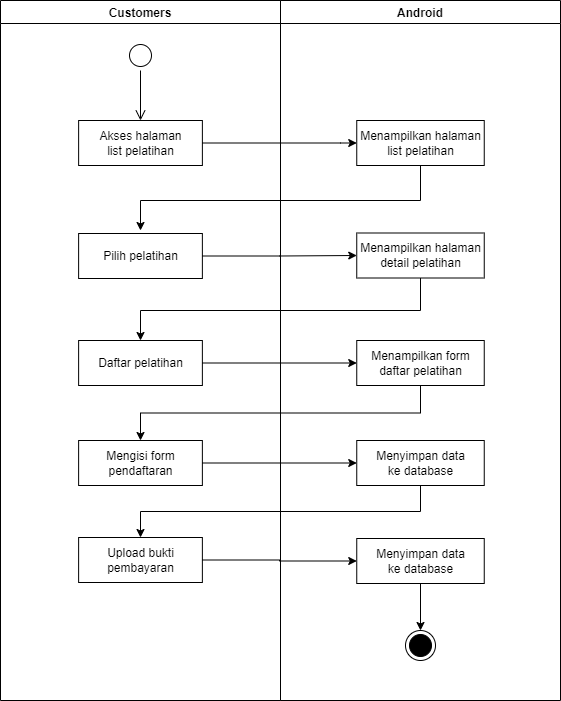
Earlier version of the draw.io export Diagram/activity_diagram/user/user daftar pelatihan.drawio.png (secondline16/ptsuryasafetynusantara). Source tidied: cells renumbered, new cells last; positions are measured from the earlier drawing's top-left corner, leaving out a move shared by most shapes. Its diagram source:
```xml
<mxGraphModel>
  <root>
    <mxCell id="0" />
    <mxCell id="1" parent="0" />
    <mxCell id="2" value="Android" style="swimlane;fillColor=none;" parent="1" vertex="1">
      <mxGeometry x="280" width="280" height="700" as="geometry" />
    </mxCell>
    <mxCell id="3" value="Menampilkan halaman&lt;br&gt;list pelatihan" style="html=1;strokeColor=#000000;fillColor=default;" parent="2" vertex="1">
      <mxGeometry x="76.2" y="120" width="127.5" height="45" as="geometry" />
    </mxCell>
    <mxCell id="4" style="ellipse;html=1;shape=endState;fillColor=#000000;strokeColor=#000000;" parent="2" vertex="1">
      <mxGeometry x="125" y="630" width="30" height="30" as="geometry" />
    </mxCell>
    <mxCell id="5" value="Menampilkan halaman&lt;br&gt;detail pelatihan" style="html=1;strokeColor=#000000;fillColor=default;" parent="2" vertex="1">
      <mxGeometry x="76.2" y="232.5" width="127.5" height="45" as="geometry" />
    </mxCell>
    <mxCell id="6" value="Menampilkan form&lt;br&gt;daftar pelatihan" style="html=1;strokeColor=#000000;fillColor=default;" parent="2" vertex="1">
      <mxGeometry x="76.2" y="340" width="127.5" height="45" as="geometry" />
    </mxCell>
    <mxCell id="7" value="Menyimpan data&lt;br&gt;ke database" style="html=1;strokeColor=#000000;fillColor=default;" parent="2" vertex="1">
      <mxGeometry x="76.2" y="440" width="127.5" height="45" as="geometry" />
    </mxCell>
    <mxCell id="8" style="edgeStyle=orthogonalEdgeStyle;rounded=0;jettySize=auto;html=1;exitX=0.5;exitY=1;exitDx=0;exitDy=0;entryX=0.5;entryY=0;entryDx=0;entryDy=0;" parent="2" edge="1" source="9" target="4">
      <mxGeometry relative="1" as="geometry" />
    </mxCell>
    <mxCell id="9" value="Menyimpan data&lt;br&gt;ke database" style="html=1;strokeColor=#000000;fillColor=default;" parent="2" vertex="1">
      <mxGeometry x="76.2" y="538" width="127.5" height="45" as="geometry" />
    </mxCell>
    <mxCell id="10" value="Customers" style="swimlane;fillColor=none;startSize=23;" parent="1" vertex="1">
      <mxGeometry width="280" height="700" as="geometry" />
    </mxCell>
    <mxCell id="11" style="ellipse;html=1;shape=startState;fillColor=default;strokeColor=#000000;" parent="10" vertex="1">
      <mxGeometry x="125" y="40" width="30" height="30" as="geometry" />
    </mxCell>
    <mxCell id="12" style="edgeStyle=orthogonalEdgeStyle;html=1;verticalAlign=bottom;endArrow=open;endSize=8;strokeColor=#000000;rounded=0;" parent="10" edge="1" source="11">
      <mxGeometry relative="1" as="geometry">
        <mxPoint x="140" y="120" as="targetPoint" />
      </mxGeometry>
    </mxCell>
    <mxCell id="13" value="Akses halaman&lt;br&gt;list pelatihan" style="html=1;strokeColor=#000000;fillColor=default;" parent="10" vertex="1">
      <mxGeometry x="78.1" y="120" width="123.8" height="45" as="geometry" />
    </mxCell>
    <mxCell id="14" value="Daftar pelatihan" style="html=1;strokeColor=#000000;fillColor=default;" parent="10" vertex="1">
      <mxGeometry x="78.1" y="340" width="123.8" height="45" as="geometry" />
    </mxCell>
    <mxCell id="15" value="Upload bukti&lt;br&gt;pembayaran" style="html=1;strokeColor=#000000;fillColor=default;" parent="10" vertex="1">
      <mxGeometry x="78.1" y="537" width="123.8" height="45" as="geometry" />
    </mxCell>
    <mxCell id="16" value="Pilih pelatihan" style="html=1;strokeColor=#000000;fillColor=default;" parent="10" vertex="1">
      <mxGeometry x="78.1" y="233" width="123.8" height="45" as="geometry" />
    </mxCell>
    <mxCell id="17" value="Mengisi form&lt;br&gt;pendaftaran" style="html=1;strokeColor=#000000;fillColor=default;" parent="10" vertex="1">
      <mxGeometry x="78.1" y="440" width="123.8" height="45" as="geometry" />
    </mxCell>
    <mxCell id="18" style="edgeStyle=orthogonalEdgeStyle;rounded=0;jettySize=auto;html=1;exitX=1;exitY=0.5;exitDx=0;exitDy=0;strokeColor=#000000;entryX=0;entryY=0.5;entryDx=0;entryDy=0;" parent="1" edge="1" source="13" target="3">
      <mxGeometry relative="1" as="geometry">
        <Array as="points">
          <mxPoint x="340" y="143" />
          <mxPoint x="350" y="143" />
        </Array>
      </mxGeometry>
    </mxCell>
    <mxCell id="19" style="edgeStyle=orthogonalEdgeStyle;rounded=0;jettySize=auto;html=1;exitX=0.5;exitY=1;exitDx=0;exitDy=0;strokeColor=#000000;entryX=0.5;entryY=0;entryDx=0;entryDy=0;" parent="1" edge="1" source="3">
      <mxGeometry relative="1" as="geometry">
        <mxPoint x="140" y="230" as="targetPoint" />
        <Array as="points">
          <mxPoint x="420" y="200" />
          <mxPoint x="140" y="200" />
        </Array>
      </mxGeometry>
    </mxCell>
    <mxCell id="20" style="edgeStyle=orthogonalEdgeStyle;rounded=0;jettySize=auto;html=1;exitX=0.5;exitY=1;exitDx=0;exitDy=0;entryX=0.5;entryY=0;entryDx=0;entryDy=0;" parent="1" edge="1" source="5" target="14">
      <mxGeometry relative="1" as="geometry">
        <Array as="points">
          <mxPoint x="420" y="310" />
          <mxPoint x="140" y="310" />
        </Array>
      </mxGeometry>
    </mxCell>
    <mxCell id="21" style="edgeStyle=orthogonalEdgeStyle;rounded=0;jettySize=auto;html=1;exitX=1;exitY=0.5;exitDx=0;exitDy=0;entryX=0;entryY=0.5;entryDx=0;entryDy=0;" parent="1" edge="1" source="14" target="6">
      <mxGeometry relative="1" as="geometry" />
    </mxCell>
    <mxCell id="22" style="edgeStyle=orthogonalEdgeStyle;rounded=0;jettySize=auto;html=1;exitX=0.5;exitY=1;exitDx=0;exitDy=0;entryX=0.5;entryY=0;entryDx=0;entryDy=0;" parent="1" edge="1" source="7" target="15">
      <mxGeometry relative="1" as="geometry" />
    </mxCell>
    <mxCell id="23" style="edgeStyle=orthogonalEdgeStyle;rounded=0;jettySize=auto;html=1;exitX=1;exitY=0.5;exitDx=0;exitDy=0;entryX=0;entryY=0.5;entryDx=0;entryDy=0;" parent="1" edge="1" source="15" target="9">
      <mxGeometry relative="1" as="geometry" />
    </mxCell>
    <mxCell id="24" style="edgeStyle=orthogonalEdgeStyle;rounded=0;jettySize=auto;html=1;exitX=1;exitY=0.5;exitDx=0;exitDy=0;entryX=0;entryY=0.5;entryDx=0;entryDy=0;" parent="1" edge="1" source="16" target="5">
      <mxGeometry relative="1" as="geometry" />
    </mxCell>
    <mxCell id="25" style="edgeStyle=orthogonalEdgeStyle;rounded=0;jettySize=auto;html=1;exitX=0.5;exitY=1;exitDx=0;exitDy=0;entryX=0.5;entryY=0;entryDx=0;entryDy=0;" parent="1" edge="1" source="6" target="17">
      <mxGeometry relative="1" as="geometry" />
    </mxCell>
    <mxCell id="26" style="edgeStyle=orthogonalEdgeStyle;rounded=0;jettySize=auto;html=1;exitX=1;exitY=0.5;exitDx=0;exitDy=0;entryX=0;entryY=0.5;entryDx=0;entryDy=0;" parent="1" edge="1" source="17" target="7">
      <mxGeometry relative="1" as="geometry" />
    </mxCell>
  </root>
</mxGraphModel>
```
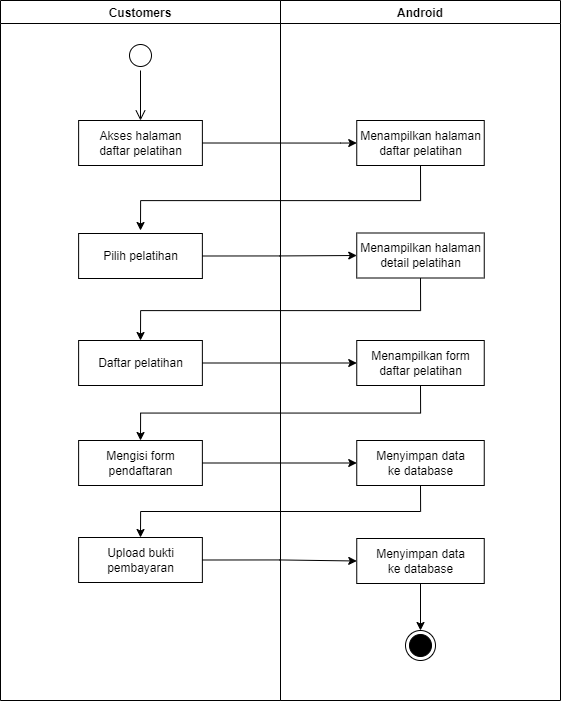
The same file after the commit.

Change to the diagram source:
```diff
@@ -5,7 +5,7 @@
     <mxCell id="2" value="Android" style="swimlane;fillColor=none;" parent="1" vertex="1">
       <mxGeometry x="280" width="280" height="700" as="geometry" />
     </mxCell>
-    <mxCell id="3" value="Menampilkan halaman&lt;br&gt;list pelatihan" style="html=1;strokeColor=#000000;fillColor=default;" parent="2" vertex="1">
+    <mxCell id="3" value="Menampilkan halaman&lt;br&gt;daftar pelatihan" style="html=1;strokeColor=#000000;fillColor=default;" parent="2" vertex="1">
       <mxGeometry x="76.2" y="120" width="127.5" height="45" as="geometry" />
     </mxCell>
     <mxCell id="4" style="ellipse;html=1;shape=endState;fillColor=#000000;strokeColor=#000000;" parent="2" vertex="1">
@@ -37,7 +37,7 @@
         <mxPoint x="140" y="120" as="targetPoint" />
       </mxGeometry>
     </mxCell>
-    <mxCell id="13" value="Akses halaman&lt;br&gt;list pelatihan" style="html=1;strokeColor=#000000;fillColor=default;" parent="10" vertex="1">
+    <mxCell id="13" value="Akses halaman&lt;br&gt;daftar pelatihan" style="html=1;strokeColor=#000000;fillColor=default;" parent="10" vertex="1">
       <mxGeometry x="78.1" y="120" width="123.8" height="45" as="geometry" />
     </mxCell>
     <mxCell id="14" value="Daftar pelatihan" style="html=1;strokeColor=#000000;fillColor=default;" parent="10" vertex="1">
```
